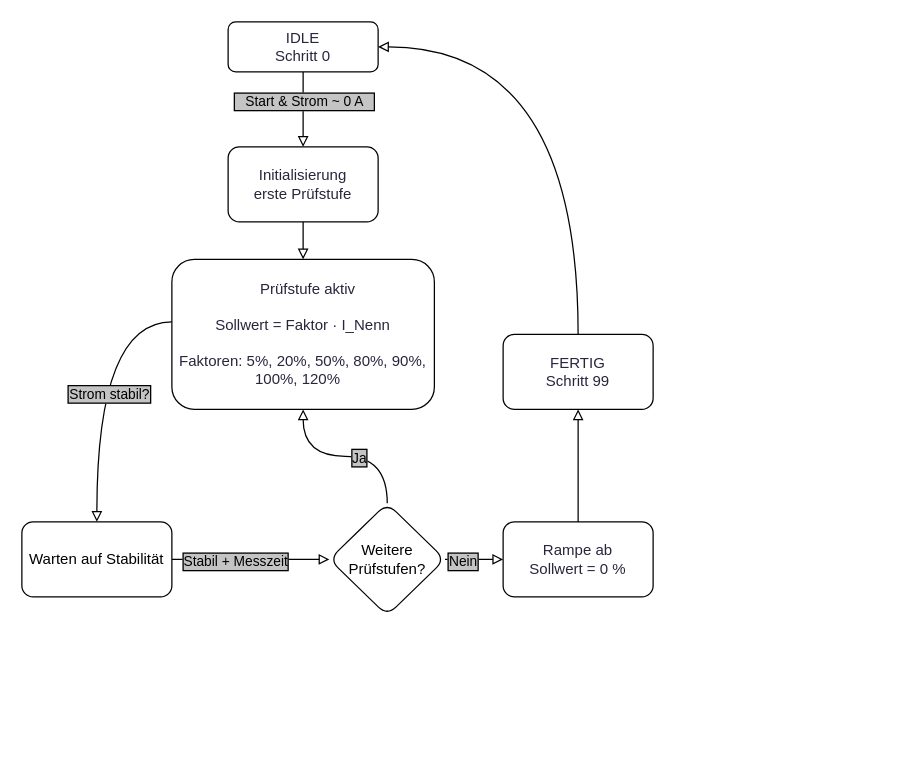
The draw.io diagram 03_Ressourcen/zeichnungen/ablaufdiagramm_automationdrawio.drawio in oliverschmidt99/Bachelorarbeit-Fremdfeldbeeinflussung-Messstromwandler, before the edit. Source tidied: cells renumbered, new cells numbered last; positions are measured from the earlier drawing's top-left corner, leaving out a move shared by most shapes. Both pictures are drawn from the tidied source at 125%, with x=0, y=0 at pixel (21, 21).
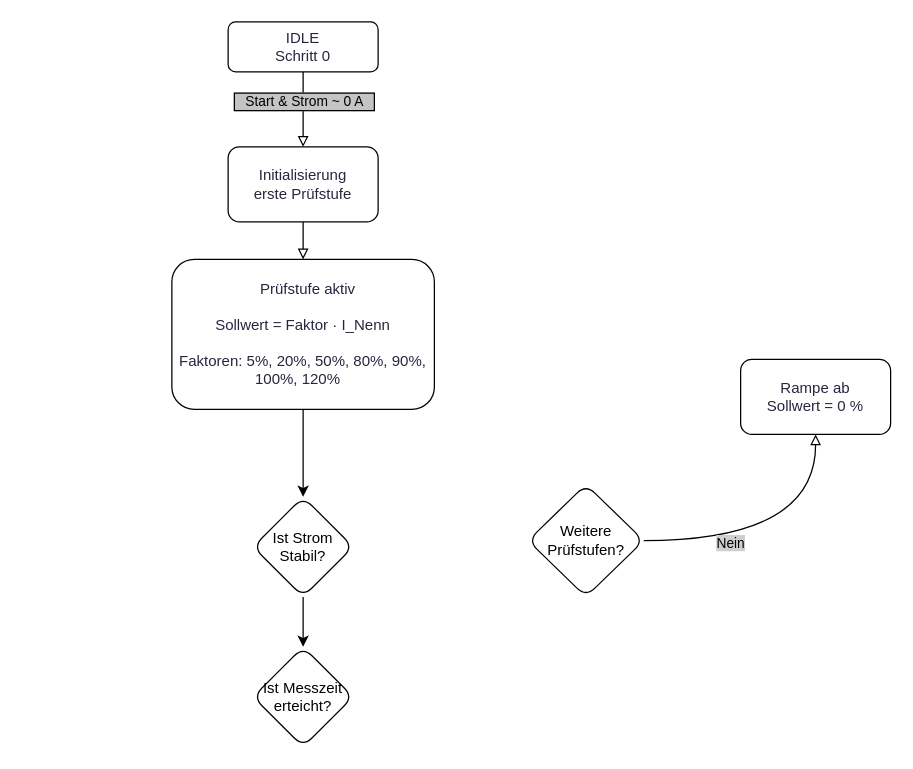
The same diagram, later.

Unchanged cells that the change refers to:
```xml
<mxCell id="4" value="&lt;span style=&quot;padding-left: 8px; padding-right: 8px; justify-content: center; color: rgb(40, 37, 61);&quot;&gt;IDLE&lt;/span&gt;&lt;div&gt;&lt;span style=&quot;padding-left: 8px; padding-right: 8px; justify-content: center; color: rgb(40, 37, 61);&quot;&gt;Schritt 0&lt;/span&gt;&lt;/div&gt;" style="rounded=1;whiteSpace=wrap;html=1;fontSize=12;glass=0;strokeWidth=1;shadow=0;" parent="1" vertex="1">
  <mxGeometry x="165" width="120" height="40" as="geometry" />
</mxCell>
<mxCell id="9" value="&lt;span style=&quot;padding-left: 8px; padding-right: 8px; justify-content: center; color: rgb(40, 37, 61);&quot;&gt;Prüfstufe aktiv&lt;br&gt;&lt;br/&gt;    Sollwert = Faktor · I_Nenn&lt;br&gt;&lt;br/&gt;    Faktoren: 5%, 20%, 50%, 80%, 90%, 100%, 120%&lt;/span&gt;" style="whiteSpace=wrap;html=1;rounded=1;glass=0;strokeWidth=1;shadow=0;" parent="1" vertex="1">
  <mxGeometry x="120" y="190" width="210" height="120" as="geometry" />
</mxCell>
<mxCell id="13" style="edgeStyle=orthogonalEdgeStyle;shape=connector;curved=1;rounded=0;jettySize=auto;html=1;strokeColor=default;align=center;verticalAlign=middle;fontFamily=Helvetica;fontSize=11;fontColor=default;labelBorderColor=default;labelBackgroundColor=#C4C4C4;endArrow=block;endFill=0;" parent="1" edge="1" source="17" target="19">
  <mxGeometry relative="1" as="geometry" />
</mxCell>
```

Diff of the diagram source:
```diff
@@
-    <mxCell id="7" style="edgeStyle=orthogonalEdgeStyle;shape=connector;curved=1;rounded=0;jettySize=auto;html=1;entryX=0.5;entryY=0;entryDx=0;entryDy=0;strokeColor=default;align=center;verticalAlign=middle;fontFamily=Helvetica;fontSize=11;fontColor=default;labelBorderColor=default;labelBackgroundColor=#C4C4C4;endArrow=block;endFill=0;" parent="1" edge="1" source="9" target="12">
-      <mxGeometry relative="1" as="geometry">
-        <Array as="points">
-          <mxPoint x="60" y="240" />
-        </Array>
-      </mxGeometry>
-    </mxCell>
-    <mxCell id="8" value="Strom stabil?" style="edgeLabel;html=1;align=center;verticalAlign=middle;fontFamily=Helvetica;fontSize=11;fontColor=default;labelBorderColor=default;labelBackgroundColor=#C4C4C4;fillColor=none;gradientColor=none;" parent="7" vertex="1">
-      <mxGeometry x="0.06" y="9" relative="1" as="geometry" />
-    </mxCell>
+    <mxCell id="22" style="edgeStyle=none;html=1;fontFamily=Helvetica;fontSize=11;fontColor=default;labelBorderColor=default;labelBackgroundColor=#CFCFCF;" parent="1" edge="1" source="9" target="24">
+      <mxGeometry relative="1" as="geometry" />
+    </mxCell>
@@
-    <mxCell id="10" style="edgeStyle=orthogonalEdgeStyle;shape=connector;curved=1;rounded=0;jettySize=auto;html=1;strokeColor=default;align=center;verticalAlign=middle;fontFamily=Helvetica;fontSize=11;fontColor=default;labelBorderColor=default;labelBackgroundColor=#C4C4C4;endArrow=block;endFill=0;" parent="1" edge="1" source="12" target="17">
-      <mxGeometry relative="1" as="geometry" />
-    </mxCell>
-    <mxCell id="11" value="Stabil + Messzeit" style="edgeLabel;html=1;align=center;verticalAlign=middle;fontFamily=Helvetica;fontSize=11;fontColor=default;labelBorderColor=default;labelBackgroundColor=#C4C4C4;fillColor=none;gradientColor=none;" parent="10" vertex="1">
-      <mxGeometry x="-0.21" y="-1" relative="1" as="geometry" />
-    </mxCell>
-    <mxCell id="12" value="Warten auf Stabilität" style="whiteSpace=wrap;html=1;rounded=1;glass=0;strokeWidth=1;shadow=0;" parent="1" vertex="1">
-      <mxGeometry y="400" width="120" height="60" as="geometry" />
-    </mxCell>
@@
-    <mxCell id="14" value="Nein" style="edgeLabel;html=1;align=center;verticalAlign=middle;fontFamily=Helvetica;fontSize=11;fontColor=default;labelBorderColor=default;labelBackgroundColor=#C4C4C4;fillColor=none;gradientColor=none;" parent="13" vertex="1">
+    <mxCell id="14" value="Nein" style="edgeLabel;html=1;align=center;verticalAlign=middle;fontFamily=Helvetica;fontSize=11;fontColor=default;labelBorderColor=none;labelBackgroundColor=#CFCFCF;fillColor=none;gradientColor=none;" parent="13" vertex="1">
       <mxGeometry x="-0.38" y="-1" relative="1" as="geometry" />
     </mxCell>
-    <mxCell id="15" style="edgeStyle=orthogonalEdgeStyle;shape=connector;curved=1;rounded=0;jettySize=auto;html=1;strokeColor=default;align=center;verticalAlign=middle;fontFamily=Helvetica;fontSize=11;fontColor=default;labelBorderColor=default;labelBackgroundColor=#C4C4C4;endArrow=block;endFill=0;" parent="1" edge="1" source="17" target="9">
-      <mxGeometry relative="1" as="geometry" />
-    </mxCell>
-    <mxCell id="16" value="Ja" style="edgeLabel;html=1;align=center;verticalAlign=middle;fontFamily=Helvetica;fontSize=11;fontColor=default;labelBorderColor=default;labelBackgroundColor=#C4C4C4;fillColor=none;gradientColor=none;" parent="15" vertex="1">
-      <mxGeometry x="-0.16" y="1" relative="1" as="geometry" />
-    </mxCell>
     <mxCell id="17" value="Weitere Prüfstufen?" style="rhombus;whiteSpace=wrap;html=1;rounded=1;glass=0;strokeWidth=1;shadow=0;" parent="1" vertex="1">
-      <mxGeometry x="246" y="385" width="92.5" height="90" as="geometry" />
+      <mxGeometry x="405" y="370" width="92.5" height="90" as="geometry" />
     </mxCell>
-    <mxCell id="18" style="edgeStyle=orthogonalEdgeStyle;shape=connector;curved=1;rounded=0;jettySize=auto;html=1;entryX=0.5;entryY=1;entryDx=0;entryDy=0;strokeColor=default;align=center;verticalAlign=middle;fontFamily=Helvetica;fontSize=11;fontColor=default;labelBorderColor=default;labelBackgroundColor=#C4C4C4;endArrow=block;endFill=0;" parent="1" edge="1" source="19" target="21">
-      <mxGeometry relative="1" as="geometry" />
-    </mxCell>
     <mxCell id="19" value="&lt;span style=&quot;padding-left: 8px; padding-right: 8px; justify-content: center; color: rgb(40, 37, 61);&quot;&gt;Rampe ab&lt;/span&gt;&lt;div&gt;&lt;span style=&quot;padding-left: 8px; padding-right: 8px; justify-content: center; color: rgb(40, 37, 61);&quot;&gt;Sollwert = 0 %&lt;/span&gt;&lt;/div&gt;" style="whiteSpace=wrap;html=1;rounded=1;glass=0;strokeWidth=1;shadow=0;" parent="1" vertex="1">
-      <mxGeometry x="385" y="400" width="120" height="60" as="geometry" />
+      <mxGeometry x="575" y="270" width="120" height="60" as="geometry" />
     </mxCell>
-    <mxCell id="20" style="edgeStyle=orthogonalEdgeStyle;shape=connector;curved=1;rounded=0;jettySize=auto;html=1;entryX=1;entryY=0.5;entryDx=0;entryDy=0;strokeColor=default;align=center;verticalAlign=middle;fontFamily=Helvetica;fontSize=11;fontColor=default;labelBorderColor=default;labelBackgroundColor=#C4C4C4;endArrow=block;endFill=0;" parent="1" edge="1" source="21" target="4">
-      <mxGeometry relative="1" as="geometry">
-        <Array as="points">
-          <mxPoint x="445" y="20" />
-        </Array>
-      </mxGeometry>
-    </mxCell>
-    <mxCell id="21" value="&lt;span style=&quot;padding-left: 8px; padding-right: 8px; justify-content: center; color: rgb(40, 37, 61);&quot;&gt;FERTIG&lt;/span&gt;&lt;div&gt;&lt;span style=&quot;padding-left: 8px; padding-right: 8px; justify-content: center; color: rgb(40, 37, 61);&quot;&gt;Schritt 99&lt;/span&gt;&lt;/div&gt;" style="whiteSpace=wrap;html=1;rounded=1;glass=0;strokeWidth=1;shadow=0;" parent="1" vertex="1">
-      <mxGeometry x="385" y="250" width="120" height="60" as="geometry" />
-    </mxCell>
+    <mxCell id="23" style="edgeStyle=none;html=1;fontFamily=Helvetica;fontSize=11;fontColor=default;labelBorderColor=default;labelBackgroundColor=#CFCFCF;" parent="1" edge="1" source="24" target="25">
+      <mxGeometry relative="1" as="geometry" />
+    </mxCell>
+    <mxCell id="24" value="Ist Strom Stabil?" style="rhombus;whiteSpace=wrap;html=1;rounded=1;glass=0;strokeWidth=1;shadow=0;" parent="1" vertex="1">
+      <mxGeometry x="185" y="380" width="80" height="80" as="geometry" />
+    </mxCell>
+    <mxCell id="25" value="Ist Messzeit erteicht?" style="rhombus;whiteSpace=wrap;html=1;rounded=1;glass=0;strokeWidth=1;shadow=0;" parent="1" vertex="1">
+      <mxGeometry x="185" y="500" width="80" height="80" as="geometry" />
+    </mxCell>
```
